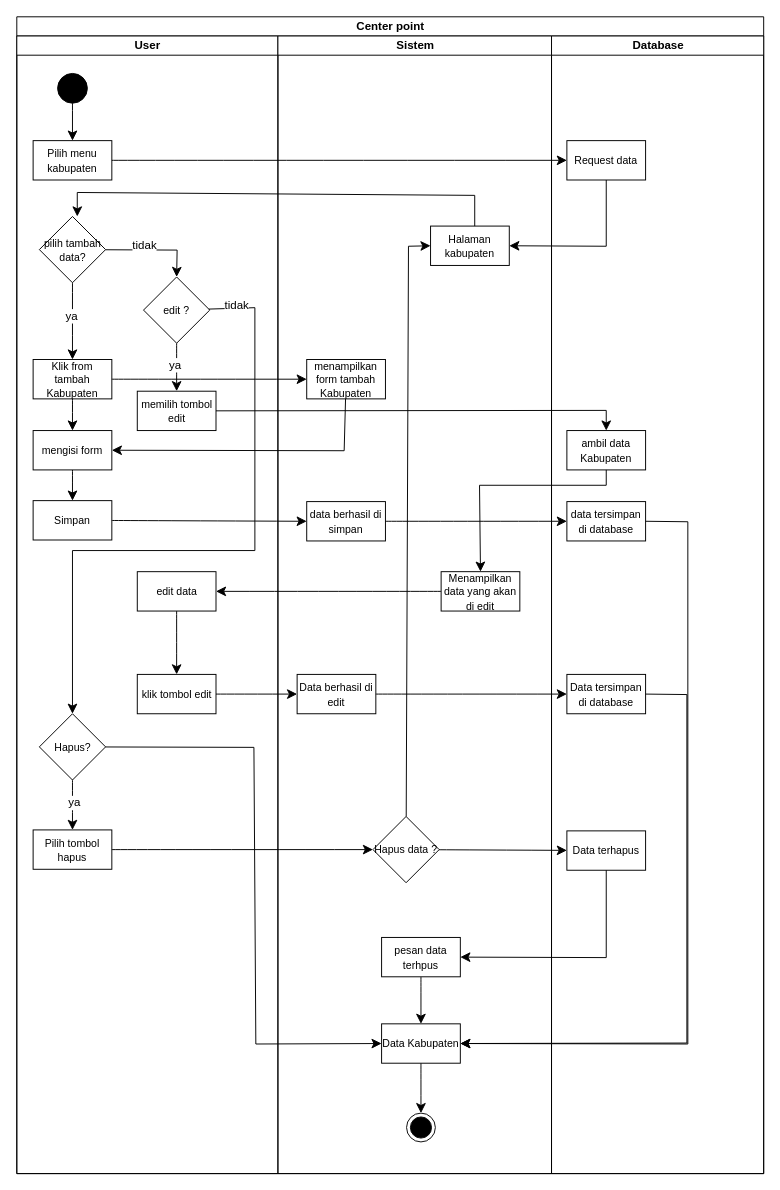
The draw.io diagram page "kabupaten" (7 of 11) of activity diagram gis.drawio in AmirRazer/DrawIoErd, before the edit. Source tidied: cells renumbered, new cells numbered last; positions are measured from the earlier drawing's top-left corner, leaving out a move shared by most shapes. Both pictures are drawn from the tidied source at 96%, with x=0, y=0 at pixel (16, 16).
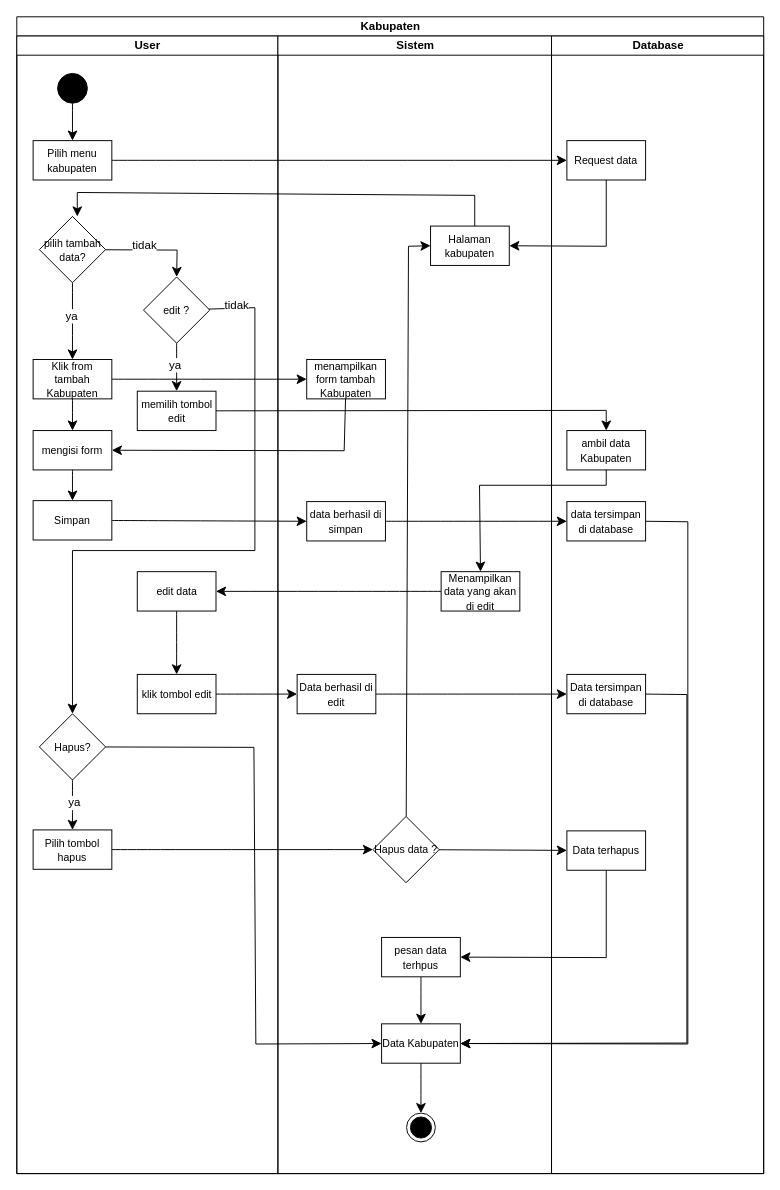
Above is the later version.

What changed in the source:
```diff
@@
-    <mxCell id="2" value="Center point" style="swimlane;startSize=20;html=1;" parent="1" vertex="1">
+    <mxCell id="2" value="Kabupaten" style="swimlane;startSize=20;html=1;" parent="1" vertex="1">
       <mxGeometry width="778" height="1205" as="geometry" />
     </mxCell>
```
